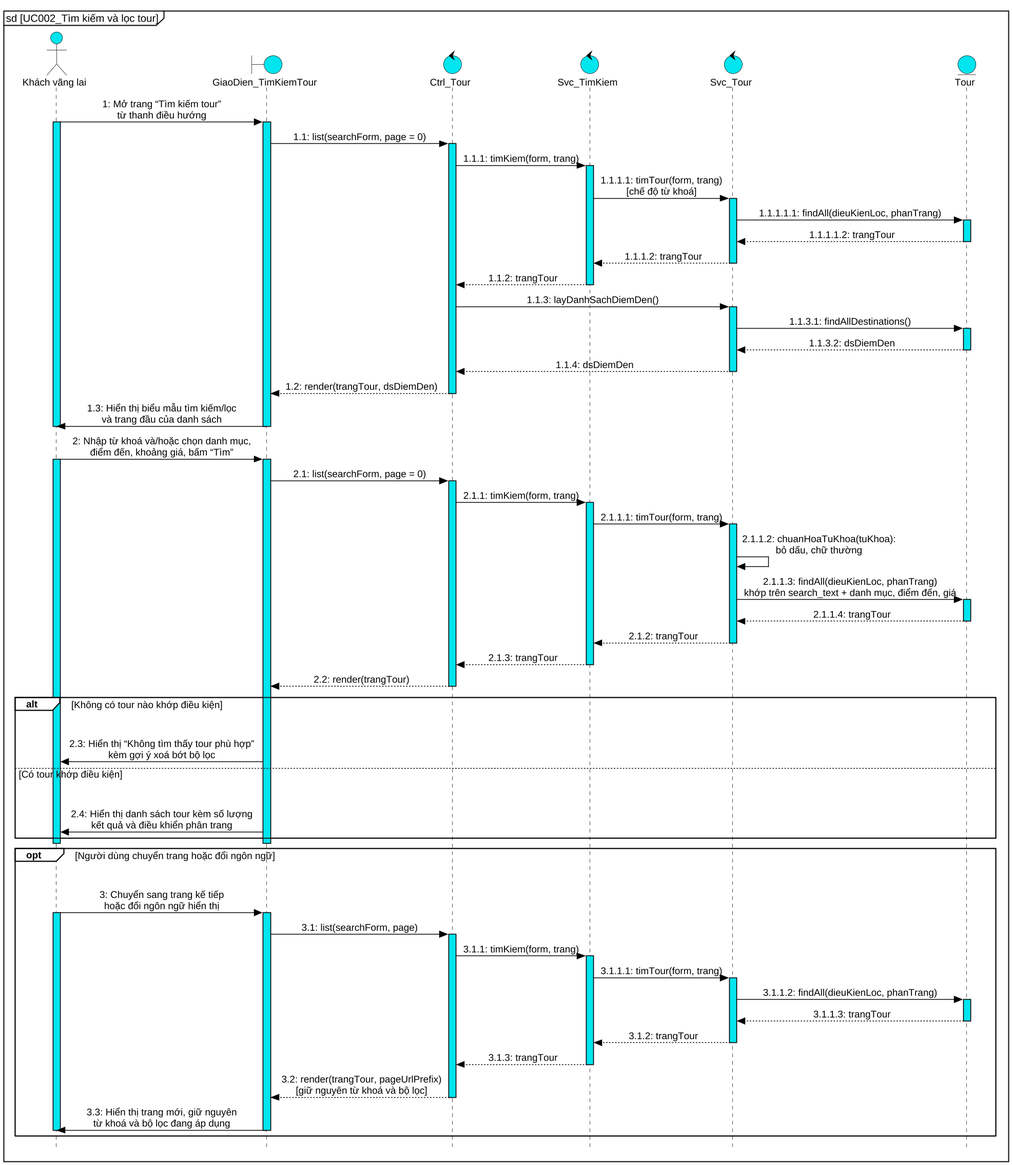
Earlier version of the PlantUML export docs/report/diagrams/png/UC002_sequence.png (kanele05/project_www).
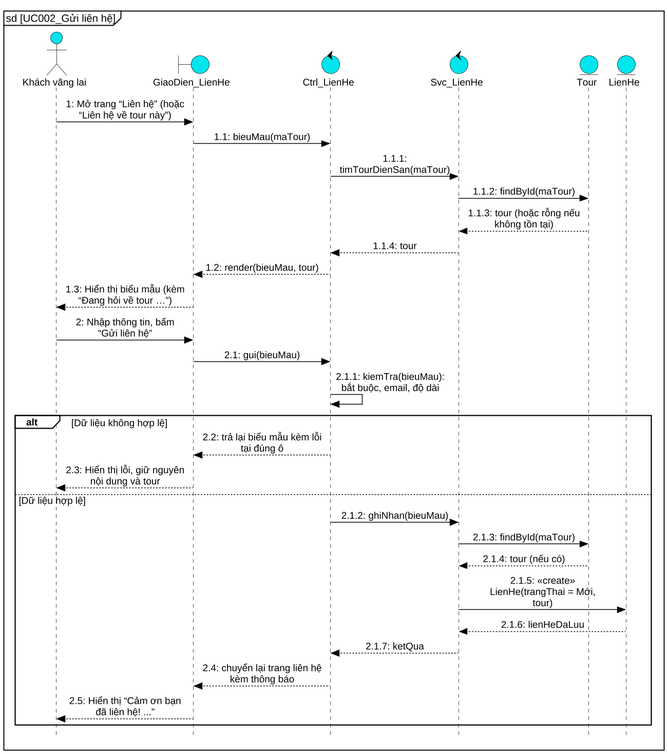
Later version of the same file.

What changed in the source:
```diff
@@ -6,11 +6,11 @@
 skinparam shadowing false
 skinparam style strictuml
 hide footbox
-skinparam maxMessageSize 420
+skinparam maxMessageSize 160
 skinparam sequenceMessageAlign center
 skinparam responseMessageBelowArrow false
 skinparam ArrowColor black
-skinparam ParticipantPadding 90
+skinparam ParticipantPadding 12
 skinparam BoxPadding 6
 skinparam sequence {
   ArrowColor black
@@ -39,87 +39,36 @@
 skinparam EntityBorderColor black
 skinparam ActorBackgroundColor #00E5EE
 skinparam ActorBorderColor black
-mainframe sd [UC002_Tìm kiếm và lọc tour]
+mainframe sd [UC002_Gửi liên hệ]
+
 actor "Khách vãng lai" as kh
-boundary "GiaoDien_TimKiemTour" as ui
-control "Ctrl_Tour" as ctrl
-control "Svc_TimKiem" as svck
-control "Svc_Tour" as svct
+boundary "GiaoDien_LienHe" as ui
+control "Ctrl_LienHe" as ctrl
+control "Svc_LienHe" as svc
 entity "Tour" as tour
-
-kh -> ui : 1: Mở trang “Tìm kiếm tour”\ntừ thanh điều hướng
-activate kh #00E5EE
-activate ui #00E5EE
-ui -> ctrl : 1.1: list(searchForm, page = 0)
-activate ctrl #00E5EE
-ctrl -> svck : 1.1.1: timKiem(form, trang)
-activate svck #00E5EE
-svck -> svct : 1.1.1.1: timTour(form, trang)\n[chế độ từ khoá]
-activate svct #00E5EE
-svct -> tour : 1.1.1.1.1: findAll(dieuKienLoc, phanTrang)
-activate tour #00E5EE
-return 1.1.1.1.2: trangTour
-return 1.1.1.2: trangTour
-return 1.1.2: trangTour
-ctrl -> svct : 1.1.3: layDanhSachDiemDen()
-activate svct #00E5EE
-svct -> tour : 1.1.3.1: findAllDestinations()
-activate tour #00E5EE
-return 1.1.3.2: dsDiemDen
-return 1.1.4: dsDiemDen
-ctrl --> ui : 1.2: render(trangTour, dsDiemDen)
-deactivate ctrl
-ui -> kh : 1.3: Hiển thị biểu mẫu tìm kiếm/lọc\nvà trang đầu của danh sách
-deactivate ui
-deactivate kh
-
-kh -> ui : 2: Nhập từ khoá và/hoặc chọn danh mục,\nđiểm đến, khoảng giá, bấm “Tìm”
-activate kh #00E5EE
-activate ui #00E5EE
-ui -> ctrl : 2.1: list(searchForm, page = 0)
-activate ctrl #00E5EE
-ctrl -> svck : 2.1.1: timKiem(form, trang)
-activate svck #00E5EE
-svck -> svct : 2.1.1.1: timTour(form, trang)
-activate svct #00E5EE
-svct -> svct : 2.1.1.2: chuanHoaTuKhoa(tuKhoa):\nbỏ dấu, chữ thường
-svct -> tour : 2.1.1.3: findAll(dieuKienLoc, phanTrang)\nkhớp trên search_text + danh mục, điểm đến, giá
-activate tour #00E5EE
-return 2.1.1.4: trangTour
-return 2.1.2: trangTour
-return 2.1.3: trangTour
-ctrl --> ui : 2.2: render(trangTour)
-deactivate ctrl
-alt Không có tour nào khớp điều kiện
-  hnote over kh, tour : .
-  ui -> kh : 2.3: Hiển thị “Không tìm thấy tour phù hợp”\nkèm gợi ý xoá bớt bộ lọc
-else Có tour khớp điều kiện
-  hnote over kh, tour : .
-  ui -> kh : 2.4: Hiển thị danh sách tour kèm số lượng\nkết quả và điều khiển phân trang
-end
-deactivate ui
-deactivate kh
-
-opt Người dùng chuyển trang hoặc đổi ngôn ngữ
-  hnote over kh, tour : .
-  kh -> ui : 3: Chuyển sang trang kế tiếp\nhoặc đổi ngôn ngữ hiển thị
-  activate kh #00E5EE
-  activate ui #00E5EE
-  ui -> ctrl : 3.1: list(searchForm, page)
-  activate ctrl #00E5EE
-  ctrl -> svck : 3.1.1: timKiem(form, trang)
-  activate svck #00E5EE
-  svck -> svct : 3.1.1.1: timTour(form, trang)
-  activate svct #00E5EE
-  svct -> tour : 3.1.1.2: findAll(dieuKienLoc, phanTrang)
-  activate tour #00E5EE
-  return 3.1.1.3: trangTour
-  return 3.1.2: trangTour
-  return 3.1.3: trangTour
-  ctrl --> ui : 3.2: render(trangTour, pageUrlPrefix)\n[giữ nguyên từ khoá và bộ lọc]
-  deactivate ctrl
-  ui -> kh : 3.3: Hiển thị trang mới, giữ nguyên\ntừ khoá và bộ lọc đang áp dụng
-  deactivate ui
-  deactivate kh
+entity "LienHe" as lh
+kh -> ui : 1: Mở trang “Liên hệ” (hoặc “Liên hệ về tour này”)
+ui -> ctrl : 1.1: bieuMau(maTour)
+ctrl -> svc : 1.1.1: timTourDienSan(maTour)
+svc -> tour : 1.1.2: findById(maTour)
+tour --> svc : 1.1.3: tour (hoặc rỗng nếu không tồn tại)
+svc --> ctrl : 1.1.4: tour
+ctrl --> ui : 1.2: render(bieuMau, tour)
+ui --> kh : 1.3: Hiển thị biểu mẫu (kèm “Đang hỏi về tour …”)
+kh -> ui : 2: Nhập thông tin, bấm “Gửi liên hệ”
+ui -> ctrl : 2.1: gui(bieuMau)
+ctrl -> ctrl : 2.1.1: kiemTra(bieuMau): bắt buộc, email, độ dài
+alt Dữ liệu không hợp lệ
+  ctrl --> ui : 2.2: trả lại biểu mẫu kèm lỗi tại đúng ô
+  ui --> kh : 2.3: Hiển thị lỗi, giữ nguyên nội dung và tour
+else Dữ liệu hợp lệ
+  ctrl -> svc : 2.1.2: ghiNhan(bieuMau)
+  svc -> tour : 2.1.3: findById(maTour)
+  tour --> svc : 2.1.4: tour (nếu có)
+  svc -> lh : 2.1.5: «create» LienHe(trangThai = Mới, tour)
+  lh --> svc : 2.1.6: lienHeDaLuu
+  svc --> ctrl : 2.1.7: ketQua
+  ctrl --> ui : 2.4: chuyển lại trang liên hệ kèm thông báo
+  ui --> kh : 2.5: Hiển thị “Cảm ơn bạn đã liên hệ! ...”
 end
 @enduml
```
